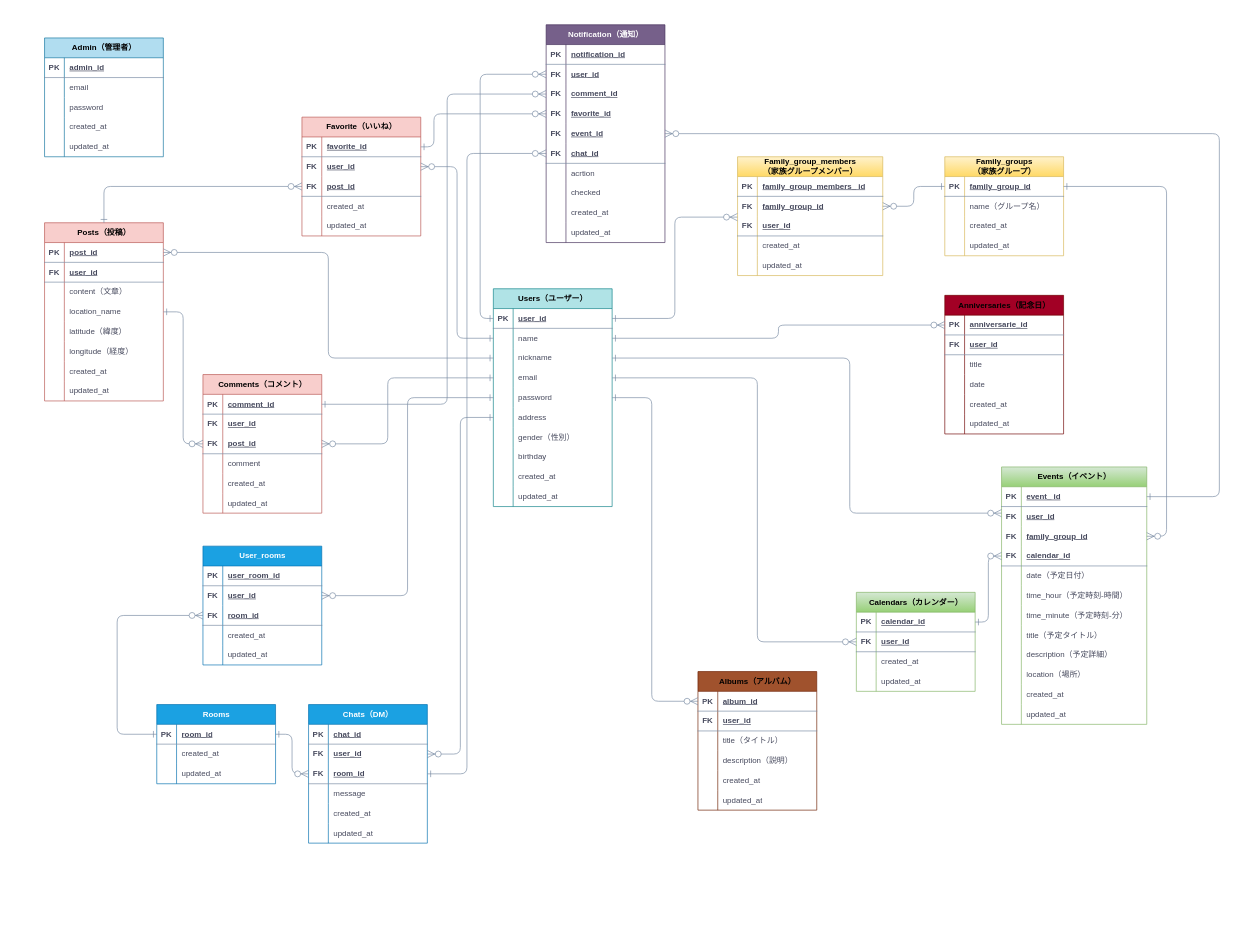
Before: 家族インフラ.drawio in Ganmo3/drawio, a draw.io diagram. Source tidied: cells renumbered, new cells numbered last; positions are measured from the earlier drawing's top-left corner, leaving out a move shared by most shapes. Both pictures are drawn from the tidied source at 66%, with x=0, y=0 at pixel (18, -22).
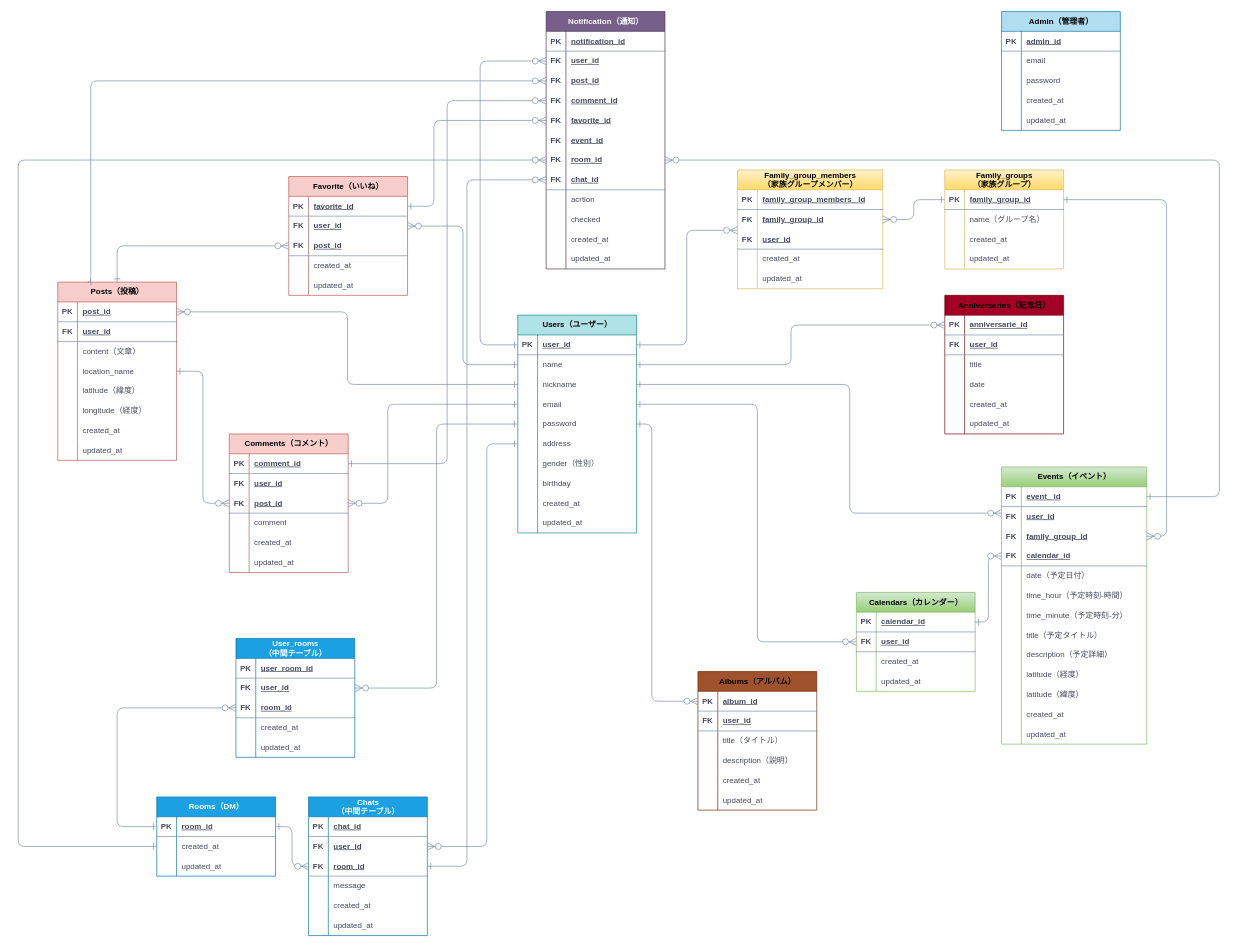
After the change.

Commit message (it also covers changes not shown here):
家族インフラ.drawio を更新します

Unchanged cells that the change refers to:
```xml
<mxCell id="28" style="shape=tableRow;horizontal=0;startSize=0;swimlaneHead=0;swimlaneBody=0;fillColor=none;points=[[0,0.5],[1,0.5]];portConstraint=eastwest;top=0;left=0;right=0;bottom=0;strokeColor=#788AA3;fontFamily=Helvetica;fontSize=12;fontColor=#46495D;html=1;labelBackgroundColor=none;" parent="18" vertex="1">
  <mxGeometry y="120" width="180" height="30" as="geometry" />
</mxCell>
<mxCell id="34" style="shape=tableRow;horizontal=0;startSize=0;swimlaneHead=0;swimlaneBody=0;fillColor=none;points=[[0,0.5],[1,0.5]];portConstraint=eastwest;top=0;left=0;right=0;bottom=0;strokeColor=#788AA3;fontFamily=Helvetica;fontSize=12;fontColor=#46495D;html=1;labelBackgroundColor=none;" parent="18" vertex="1">
  <mxGeometry y="180" width="180" height="30" as="geometry" />
</mxCell>
<mxCell id="173" style="shape=tableRow;horizontal=0;startSize=0;swimlaneHead=0;swimlaneBody=0;fillColor=none;top=0;left=0;right=0;bottom=0;strokeColor=#788AA3;fontFamily=Helvetica;fontSize=12;fontColor=#46495D;html=1;labelBackgroundColor=none;" parent="145" vertex="1">
  <mxGeometry y="300" width="220" height="30" as="geometry" />
</mxCell>
<mxCell id="193" style="shape=tableRow;horizontal=0;startSize=0;swimlaneHead=0;swimlaneBody=0;fillColor=none;points=[[0,0.5],[1,0.5]];portConstraint=eastwest;top=0;left=0;right=0;bottom=1;strokeColor=#788AA3;fontFamily=Helvetica;fontSize=12;fontColor=#46495D;html=1;labelBackgroundColor=none;" parent="186" vertex="1">
  <mxGeometry y="90" width="180" height="30" as="geometry" />
</mxCell>
<mxCell id="211" style="shape=tableRow;horizontal=0;startSize=0;swimlaneHead=0;swimlaneBody=0;fillColor=none;points=[[0,0.5],[1,0.5]];portConstraint=eastwest;top=0;left=0;right=0;bottom=1;strokeColor=#788AA3;fontFamily=Helvetica;fontSize=12;fontColor=#46495D;html=1;labelBackgroundColor=none;" parent="204" vertex="1">
  <mxGeometry y="90" width="180" height="30" as="geometry" />
</mxCell>
<mxCell id="245" style="shape=tableRow;horizontal=0;startSize=0;swimlaneHead=0;swimlaneBody=0;fillColor=none;points=[[0,0.5],[1,0.5]];portConstraint=eastwest;top=0;left=0;right=0;bottom=0;strokeColor=#788AA3;fontFamily=Helvetica;fontSize=12;fontColor=#46495D;html=1;labelBackgroundColor=none;" parent="241" vertex="1">
  <mxGeometry y="60" width="180" height="30" as="geometry" />
</mxCell>
<mxCell id="255" style="shape=tableRow;horizontal=0;startSize=0;swimlaneHead=0;swimlaneBody=0;fillColor=none;points=[[0,0.5],[1,0.5]];portConstraint=eastwest;top=0;left=0;right=0;bottom=0;strokeColor=#788AA3;fontFamily=Helvetica;fontSize=12;fontColor=#46495D;html=1;labelBackgroundColor=none;" parent="251" vertex="1">
  <mxGeometry y="60" width="180" height="30" as="geometry" />
</mxCell>
```

The edit, as a diff of the source:
```diff
@@
     <mxCell id="2" value="&lt;font color=&quot;#000000&quot;&gt;Admin（管理者）&lt;/font&gt;" style="shape=table;startSize=30;childLayout=tableLayout;rowLines=0;fontStyle=1;align=center;html=1;strokeColor=#10739e;fontFamily=Helvetica;fontSize=12;fillColor=#b1ddf0;labelBackgroundColor=none;" parent="1" vertex="1">
-      <mxGeometry x="40" y="90" width="180" height="180" as="geometry" />
+      <mxGeometry x="1490" y="50" width="180" height="180" as="geometry" />
     </mxCell>
@@
     <mxCell id="18" value="&lt;font color=&quot;#000000&quot;&gt;Users（ユーザー）&lt;/font&gt;" style="shape=table;startSize=30;childLayout=tableLayout;rowLines=0;fontStyle=1;align=center;html=1;fontFamily=Helvetica;fontSize=12;fillColor=#b0e3e6;labelBackgroundColor=none;strokeColor=#0e8088;" parent="1" vertex="1">
-      <mxGeometry x="720" y="470" width="180" height="330" as="geometry" />
+      <mxGeometry x="757" y="510" width="180" height="330" as="geometry" />
     </mxCell>
@@
     <mxCell id="53" value="Family_group_members&lt;br style=&quot;border-color: var(--border-color); color: rgb(0, 0, 0);&quot;&gt;&lt;span style=&quot;color: rgb(0, 0, 0);&quot;&gt;（家族グループメンバー）&lt;/span&gt;" style="shape=table;startSize=30;childLayout=tableLayout;rowLines=0;fontStyle=1;align=center;html=1;strokeColor=#d6b656;fontFamily=Helvetica;fontSize=12;fillColor=#fff2cc;labelBackgroundColor=none;gradientColor=#ffd966;" parent="1" vertex="1">
-      <mxGeometry x="1090" y="270" width="220" height="180" as="geometry" />
+      <mxGeometry x="1090" y="290" width="220" height="180" as="geometry" />
     </mxCell>
@@
     <mxCell id="90" value="&lt;font color=&quot;#000000&quot;&gt;Posts（投稿）&lt;/font&gt;" style="shape=table;startSize=30;childLayout=tableLayout;rowLines=0;fontStyle=1;align=center;html=1;strokeColor=#b85450;fontFamily=Helvetica;fontSize=12;fillColor=#f8cecc;labelBackgroundColor=none;" parent="1" vertex="1">
-      <mxGeometry x="40" y="370" width="180" height="270" as="geometry" />
+      <mxGeometry x="60" y="460" width="180" height="270" as="geometry" />
     </mxCell>
@@
     <mxCell id="116" value="&lt;font color=&quot;#000000&quot;&gt;Family_groups&lt;br&gt;（家族グループ）&lt;/font&gt;" style="shape=table;startSize=30;childLayout=tableLayout;rowLines=0;fontStyle=1;align=center;html=1;strokeColor=#d6b656;fontFamily=Helvetica;fontSize=12;fillColor=#fff2cc;labelBackgroundColor=none;gradientColor=#ffd966;" parent="1" vertex="1">
-      <mxGeometry x="1404" y="270" width="180" height="150" as="geometry" />
+      <mxGeometry x="1404" y="290" width="180" height="150" as="geometry" />
     </mxCell>
@@
     <mxCell id="145" value="Events（イベント）" style="shape=table;startSize=30;childLayout=tableLayout;rowLines=0;fontStyle=1;align=center;html=1;strokeColor=#82b366;fontFamily=Helvetica;fontSize=12;fillColor=#d5e8d4;labelBackgroundColor=none;gradientColor=#97d077;" parent="1" vertex="1">
-      <mxGeometry x="1490" y="740" width="220" height="390" as="geometry" />
+      <mxGeometry x="1490" y="740" width="220" height="420" as="geometry" />
     </mxCell>
@@
-    <mxCell id="175" value="location（場所）" style="shape=partialRectangle;fillColor=none;top=0;left=0;bottom=0;right=0;align=left;spacingLeft=6;overflow=hidden;whiteSpace=wrap;html=1;strokeColor=#788AA3;fontFamily=Helvetica;fontSize=12;fontColor=#46495D;startSize=23;labelBackgroundColor=none;" parent="173" vertex="1">
+    <mxCell id="175" value="latitude（経度）" style="shape=partialRectangle;fillColor=none;top=0;left=0;bottom=0;right=0;align=left;spacingLeft=6;overflow=hidden;whiteSpace=wrap;html=1;strokeColor=#788AA3;fontFamily=Helvetica;fontSize=12;fontColor=#46495D;startSize=23;labelBackgroundColor=none;" parent="173" vertex="1">
       <mxGeometry x="30" width="190" height="30" as="geometry" />
     </mxCell>
+    <mxCell id="330" style="shape=tableRow;horizontal=0;startSize=0;swimlaneHead=0;swimlaneBody=0;fillColor=none;top=0;left=0;right=0;bottom=0;strokeColor=#788AA3;fontFamily=Helvetica;fontSize=12;fontColor=#46495D;html=1;labelBackgroundColor=none;" parent="145" vertex="1">
+      <mxGeometry y="330" width="220" height="30" as="geometry" />
+    </mxCell>
+    <mxCell id="331" style="shape=partialRectangle;fillColor=none;top=0;left=0;bottom=0;right=0;overflow=hidden;whiteSpace=wrap;html=1;strokeColor=#788AA3;fontFamily=Helvetica;fontSize=12;fontColor=#46495D;startSize=23;labelBackgroundColor=none;" parent="330" vertex="1">
+      <mxGeometry width="30" height="30" as="geometry" />
+    </mxCell>
+    <mxCell id="332" value="latitude（緯度）" style="shape=partialRectangle;fillColor=none;top=0;left=0;bottom=0;right=0;align=left;spacingLeft=6;overflow=hidden;whiteSpace=wrap;html=1;strokeColor=#788AA3;fontFamily=Helvetica;fontSize=12;fontColor=#46495D;startSize=23;labelBackgroundColor=none;" parent="330" vertex="1">
+      <mxGeometry x="30" width="190" height="30" as="geometry" />
+    </mxCell>
     <mxCell id="176" style="shape=tableRow;horizontal=0;startSize=0;swimlaneHead=0;swimlaneBody=0;fillColor=none;top=0;left=0;right=0;bottom=0;strokeColor=#788AA3;fontFamily=Helvetica;fontSize=12;fontColor=#46495D;html=1;labelBackgroundColor=none;" parent="145" vertex="1">
-      <mxGeometry y="330" width="220" height="30" as="geometry" />
+      <mxGeometry y="360" width="220" height="30" as="geometry" />
     </mxCell>
@@
     <mxCell id="179" style="shape=tableRow;horizontal=0;startSize=0;swimlaneHead=0;swimlaneBody=0;fillColor=none;top=0;left=0;right=0;bottom=0;strokeColor=#788AA3;fontFamily=Helvetica;fontSize=12;fontColor=#46495D;html=1;labelBackgroundColor=none;" parent="145" vertex="1">
-      <mxGeometry y="360" width="220" height="30" as="geometry" />
+      <mxGeometry y="390" width="220" height="30" as="geometry" />
     </mxCell>
@@
     <mxCell id="186" value="Favorite（いいね）" style="shape=table;startSize=30;childLayout=tableLayout;rowLines=0;fontStyle=1;align=center;html=1;strokeColor=#b85450;fontFamily=Helvetica;fontSize=12;fillColor=#f8cecc;labelBackgroundColor=none;" parent="1" vertex="1">
-      <mxGeometry x="430" y="210" width="180" height="180" as="geometry" />
+      <mxGeometry x="410" y="300" width="180" height="180" as="geometry" />
     </mxCell>
@@
-    <mxCell id="202" style="edgeStyle=elbowEdgeStyle;fontSize=12;html=1;endArrow=ERzeroToMany;endFill=1;fontFamily=Helvetica;fontColor=default;startSize=8;rounded=1;entryX=1;entryY=0.5;entryDx=0;entryDy=0;startArrow=ERone;startFill=0;endSize=9;labelBackgroundColor=none;strokeColor=#788AA3;" parent="1" edge="1" target="211">
+    <mxCell id="202" style="edgeStyle=elbowEdgeStyle;fontSize=12;html=1;endArrow=ERzeroToMany;endFill=1;fontFamily=Helvetica;fontColor=default;startSize=8;rounded=1;entryX=1;entryY=0.5;entryDx=0;entryDy=0;startArrow=ERone;startFill=0;endSize=9;labelBackgroundColor=none;strokeColor=#788AA3;exitX=0;exitY=0.5;exitDx=0;exitDy=0;" parent="1" edge="1" source="28" target="211">
       <mxGeometry relative="1" as="geometry">
-        <mxPoint x="720" y="605" as="sourcePoint" />
         <Array as="points">
           <mxPoint x="560" y="650" />
         </Array>
       </mxGeometry>
     </mxCell>
-    <mxCell id="203" style="edgeStyle=elbowEdgeStyle;fontSize=12;html=1;endArrow=ERzeroToMany;endFill=1;fontFamily=Helvetica;fontColor=default;startSize=8;rounded=1;startArrow=ERone;startFill=0;endSize=9;labelBackgroundColor=none;strokeColor=#788AA3;exitX=0.5;exitY=0;exitDx=0;exitDy=0;" parent="1" edge="1" source="90">
+    <mxCell id="203" style="edgeStyle=elbowEdgeStyle;fontSize=12;html=1;endArrow=ERzeroToMany;endFill=1;fontFamily=Helvetica;fontColor=default;startSize=8;rounded=1;startArrow=ERone;startFill=0;endSize=9;labelBackgroundColor=none;strokeColor=#788AA3;exitX=0.5;exitY=0;exitDx=0;exitDy=0;entryX=0;entryY=0.5;entryDx=0;entryDy=0;" parent="1" edge="1" source="90" target="193">
       <mxGeometry relative="1" as="geometry">
-        <mxPoint x="430" y="315" as="targetPoint" />
         <Array as="points">
-          <mxPoint x="130" y="330" />
+          <mxPoint x="150" y="420" />
         </Array>
       </mxGeometry>
     </mxCell>
     <mxCell id="204" value="Comments（コメント）" style="shape=table;startSize=30;childLayout=tableLayout;rowLines=0;fontStyle=1;align=center;html=1;strokeColor=#b85450;fontFamily=Helvetica;fontSize=12;fillColor=#f8cecc;labelBackgroundColor=none;" parent="1" vertex="1">
-      <mxGeometry x="280" y="600" width="180" height="210" as="geometry" />
+      <mxGeometry x="320" y="690" width="180" height="210" as="geometry" />
     </mxCell>
@@
-    <mxCell id="225" value="User_rooms" style="shape=table;startSize=30;childLayout=tableLayout;rowLines=0;fontStyle=1;align=center;html=1;strokeColor=#006EAF;fontFamily=Helvetica;fontSize=12;fillColor=#1ba1e2;labelBackgroundColor=none;fontColor=#ffffff;" parent="1" vertex="1">
-      <mxGeometry x="280" y="860" width="180" height="180" as="geometry" />
+    <mxCell id="225" value="User_rooms&lt;br&gt;（中間テーブル）" style="shape=table;startSize=30;childLayout=tableLayout;rowLines=0;fontStyle=1;align=center;html=1;strokeColor=#006EAF;fontFamily=Helvetica;fontSize=12;fillColor=#1ba1e2;labelBackgroundColor=none;fontColor=#ffffff;" parent="1" vertex="1">
+      <mxGeometry x="330" y="1000" width="180" height="180" as="geometry" />
     </mxCell>
@@
-    <mxCell id="241" value="&lt;font&gt;Rooms&lt;/font&gt;" style="shape=table;startSize=30;childLayout=tableLayout;rowLines=0;fontStyle=1;align=center;html=1;strokeColor=#006EAF;fontFamily=Helvetica;fontSize=12;fillColor=#1ba1e2;labelBackgroundColor=none;fontColor=#FFFFFF;" parent="1" vertex="1">
-      <mxGeometry x="210" y="1100" width="180" height="120" as="geometry" />
+    <mxCell id="241" value="&lt;font&gt;Rooms（DM）&lt;/font&gt;" style="shape=table;startSize=30;childLayout=tableLayout;rowLines=0;fontStyle=1;align=center;html=1;strokeColor=#006EAF;fontFamily=Helvetica;fontSize=12;fillColor=#1ba1e2;labelBackgroundColor=none;fontColor=#FFFFFF;" parent="1" vertex="1">
+      <mxGeometry x="210" y="1240" width="180" height="120" as="geometry" />
     </mxCell>
@@
-    <mxCell id="251" value="Chats（DM）" style="shape=table;startSize=30;childLayout=tableLayout;rowLines=0;fontStyle=1;align=center;html=1;strokeColor=#006EAF;fontFamily=Helvetica;fontSize=12;fillColor=#1ba1e2;labelBackgroundColor=none;fontColor=#ffffff;" parent="1" vertex="1">
-      <mxGeometry x="440" y="1100" width="180" height="210" as="geometry" />
+    <mxCell id="251" value="Chats&lt;br&gt;（中間テーブル）" style="shape=table;startSize=30;childLayout=tableLayout;rowLines=0;fontStyle=1;align=center;html=1;strokeColor=#006EAF;fontFamily=Helvetica;fontSize=12;fillColor=#1ba1e2;labelBackgroundColor=none;fontColor=#ffffff;" parent="1" vertex="1">
+      <mxGeometry x="440" y="1240" width="180" height="210" as="geometry" />
     </mxCell>
@@
     <mxCell id="270" style="edgeStyle=elbowEdgeStyle;fontSize=12;html=1;endArrow=ERzeroToMany;endFill=1;fontFamily=Helvetica;fontColor=default;startSize=8;rounded=1;entryX=1;entryY=0.5;entryDx=0;entryDy=0;startArrow=ERone;startFill=0;endSize=9;labelBackgroundColor=none;strokeColor=#788AA3;exitX=0;exitY=0.5;exitDx=0;exitDy=0;" parent="1" edge="1" source="34" target="255">
-      <mxGeometry relative="1" as="geometry" />
+      <mxGeometry relative="1" as="geometry">
+        <Array as="points">
+          <mxPoint x="710" y="1010" />
+        </Array>
+      </mxGeometry>
     </mxCell>
@@
     <mxCell id="294" value="Notification（通知）" style="shape=table;startSize=30;childLayout=tableLayout;rowLines=0;fontStyle=1;align=center;html=1;strokeColor=#432D57;fontFamily=Helvetica;fontSize=12;fillColor=#76608a;labelBackgroundColor=none;fontColor=#ffffff;" parent="1" vertex="1">
-      <mxGeometry x="800" y="70" width="180" height="330" as="geometry" />
+      <mxGeometry x="800" y="50" width="180" height="390" as="geometry" />
     </mxCell>
@@
+    <mxCell id="333" style="shape=tableRow;horizontal=0;startSize=0;swimlaneHead=0;swimlaneBody=0;fillColor=none;points=[[0,0.5],[1,0.5]];portConstraint=eastwest;top=0;left=0;right=0;bottom=0;strokeColor=#788AA3;fontFamily=Helvetica;fontSize=12;fontColor=#46495D;html=1;labelBackgroundColor=none;" parent="294" vertex="1">
+      <mxGeometry y="90" width="180" height="30" as="geometry" />
+    </mxCell>
+    <mxCell id="334" value="&lt;b&gt;FK&lt;/b&gt;" style="shape=partialRectangle;fillColor=none;top=0;left=0;bottom=0;right=0;overflow=hidden;whiteSpace=wrap;html=1;strokeColor=#788AA3;fontFamily=Helvetica;fontSize=12;fontColor=#46495D;startSize=23;labelBackgroundColor=none;" parent="333" vertex="1">
+      <mxGeometry width="30" height="30" as="geometry" />
+    </mxCell>
+    <mxCell id="335" value="&lt;u&gt;&lt;b&gt;post_id&lt;/b&gt;&lt;/u&gt;" style="shape=partialRectangle;fillColor=none;top=0;left=0;bottom=0;right=0;align=left;spacingLeft=6;overflow=hidden;whiteSpace=wrap;html=1;strokeColor=#788AA3;fontFamily=Helvetica;fontSize=12;fontColor=#46495D;startSize=23;labelBackgroundColor=none;" parent="333" vertex="1">
+      <mxGeometry x="30" width="150" height="30" as="geometry" />
+    </mxCell>
     <mxCell id="301" style="shape=tableRow;horizontal=0;startSize=0;swimlaneHead=0;swimlaneBody=0;fillColor=none;points=[[0,0.5],[1,0.5]];portConstraint=eastwest;top=0;left=0;right=0;bottom=0;strokeColor=#788AA3;fontFamily=Helvetica;fontSize=12;fontColor=#46495D;html=1;labelBackgroundColor=none;" parent="294" vertex="1">
-      <mxGeometry y="90" width="180" height="30" as="geometry" />
+      <mxGeometry y="120" width="180" height="30" as="geometry" />
     </mxCell>
@@
     <mxCell id="304" style="shape=tableRow;horizontal=0;startSize=0;swimlaneHead=0;swimlaneBody=0;fillColor=none;points=[[0,0.5],[1,0.5]];portConstraint=eastwest;top=0;left=0;right=0;bottom=0;strokeColor=#788AA3;fontFamily=Helvetica;fontSize=12;fontColor=#46495D;html=1;labelBackgroundColor=none;" parent="294" vertex="1">
-      <mxGeometry y="120" width="180" height="30" as="geometry" />
+      <mxGeometry y="150" width="180" height="30" as="geometry" />
     </mxCell>
@@
+    <mxCell id="336" style="shape=tableRow;horizontal=0;startSize=0;swimlaneHead=0;swimlaneBody=0;fillColor=none;top=0;left=0;right=0;bottom=0;strokeColor=#788AA3;fontFamily=Helvetica;fontSize=12;fontColor=#46495D;html=1;labelBackgroundColor=none;" parent="294" vertex="1">
+      <mxGeometry y="180" width="180" height="30" as="geometry" />
+    </mxCell>
+    <mxCell id="337" value="&lt;b&gt;FK&lt;/b&gt;" style="shape=partialRectangle;fillColor=none;top=0;left=0;bottom=0;right=0;overflow=hidden;whiteSpace=wrap;html=1;strokeColor=#788AA3;fontFamily=Helvetica;fontSize=12;fontColor=#46495D;startSize=23;labelBackgroundColor=none;" parent="336" vertex="1">
+      <mxGeometry width="30" height="30" as="geometry" />
+    </mxCell>
+    <mxCell id="338" value="&lt;u&gt;&lt;b&gt;event_id&lt;/b&gt;&lt;/u&gt;" style="shape=partialRectangle;fillColor=none;top=0;left=0;bottom=0;right=0;align=left;spacingLeft=6;overflow=hidden;whiteSpace=wrap;html=1;strokeColor=#788AA3;fontFamily=Helvetica;fontSize=12;fontColor=#46495D;startSize=23;labelBackgroundColor=none;" parent="336" vertex="1">
+      <mxGeometry x="30" width="150" height="30" as="geometry" />
+    </mxCell>
     <mxCell id="307" style="shape=tableRow;horizontal=0;startSize=0;swimlaneHead=0;swimlaneBody=0;fillColor=none;points=[[0,0.5],[1,0.5]];portConstraint=eastwest;top=0;left=0;right=0;bottom=0;strokeColor=#788AA3;fontFamily=Helvetica;fontSize=12;fontColor=#46495D;html=1;labelBackgroundColor=none;" parent="294" vertex="1">
-      <mxGeometry y="150" width="180" height="30" as="geometry" />
+      <mxGeometry y="210" width="180" height="30" as="geometry" />
     </mxCell>
@@
-    <mxCell id="309" value="&lt;u&gt;&lt;b&gt;event_id&lt;/b&gt;&lt;/u&gt;" style="shape=partialRectangle;fillColor=none;top=0;left=0;bottom=0;right=0;align=left;spacingLeft=6;overflow=hidden;whiteSpace=wrap;html=1;strokeColor=#788AA3;fontFamily=Helvetica;fontSize=12;fontColor=#46495D;startSize=23;labelBackgroundColor=none;" parent="307" vertex="1">
+    <mxCell id="309" value="&lt;u&gt;&lt;b&gt;room_id&lt;/b&gt;&lt;/u&gt;" style="shape=partialRectangle;fillColor=none;top=0;left=0;bottom=0;right=0;align=left;spacingLeft=6;overflow=hidden;whiteSpace=wrap;html=1;strokeColor=#788AA3;fontFamily=Helvetica;fontSize=12;fontColor=#46495D;startSize=23;labelBackgroundColor=none;" parent="307" vertex="1">
       <mxGeometry x="30" width="150" height="30" as="geometry" />
     </mxCell>
     <mxCell id="310" style="shape=tableRow;horizontal=0;startSize=0;swimlaneHead=0;swimlaneBody=0;fillColor=none;points=[[0,0.5],[1,0.5]];portConstraint=eastwest;top=0;left=0;right=0;bottom=1;strokeColor=#788AA3;fontFamily=Helvetica;fontSize=12;fontColor=#46495D;html=1;labelBackgroundColor=none;" parent="294" vertex="1">
-      <mxGeometry y="180" width="180" height="30" as="geometry" />
+      <mxGeometry y="240" width="180" height="30" as="geometry" />
     </mxCell>
@@
     <mxCell id="313" style="shape=tableRow;horizontal=0;startSize=0;swimlaneHead=0;swimlaneBody=0;fillColor=none;top=0;left=0;right=0;bottom=0;strokeColor=#788AA3;fontFamily=Helvetica;fontSize=12;fontColor=#46495D;html=1;labelBackgroundColor=none;" parent="294" vertex="1">
-      <mxGeometry y="210" width="180" height="30" as="geometry" />
+      <mxGeometry y="270" width="180" height="30" as="geometry" />
     </mxCell>
@@
     <mxCell id="316" style="shape=tableRow;horizontal=0;startSize=0;swimlaneHead=0;swimlaneBody=0;fillColor=none;top=0;left=0;right=0;bottom=0;strokeColor=#788AA3;fontFamily=Helvetica;fontSize=12;fontColor=#46495D;html=1;labelBackgroundColor=none;" parent="294" vertex="1">
-      <mxGeometry y="240" width="180" height="30" as="geometry" />
+      <mxGeometry y="300" width="180" height="30" as="geometry" />
     </mxCell>
@@
     <mxCell id="319" style="shape=tableRow;horizontal=0;startSize=0;swimlaneHead=0;swimlaneBody=0;fillColor=none;top=0;left=0;right=0;bottom=0;strokeColor=#788AA3;fontFamily=Helvetica;fontSize=12;fontColor=#46495D;html=1;labelBackgroundColor=none;" parent="294" vertex="1">
-      <mxGeometry y="270" width="180" height="30" as="geometry" />
+      <mxGeometry y="330" width="180" height="30" as="geometry" />
     </mxCell>
@@
     <mxCell id="322" style="shape=tableRow;horizontal=0;startSize=0;swimlaneHead=0;swimlaneBody=0;fillColor=none;top=0;left=0;right=0;bottom=0;strokeColor=#788AA3;fontFamily=Helvetica;fontSize=12;fontColor=#46495D;html=1;labelBackgroundColor=none;" parent="294" vertex="1">
-      <mxGeometry y="300" width="180" height="30" as="geometry" />
+      <mxGeometry y="360" width="180" height="30" as="geometry" />
     </mxCell>
@@
+    <mxCell id="339" style="edgeStyle=elbowEdgeStyle;fontSize=12;html=1;endArrow=ERzeroToMany;endFill=1;fontFamily=Helvetica;fontColor=default;startSize=8;rounded=1;startArrow=ERone;startFill=0;endSize=9;labelBackgroundColor=none;strokeColor=#788AA3;exitX=0.25;exitY=0;exitDx=0;exitDy=0;" parent="1" edge="1" source="90" target="333">
+      <mxGeometry relative="1" as="geometry">
+        <Array as="points">
+          <mxPoint x="110" y="330" />
+        </Array>
+      </mxGeometry>
+    </mxCell>
+    <mxCell id="340" style="edgeStyle=elbowEdgeStyle;fontSize=12;html=1;endArrow=ERzeroToMany;endFill=1;fontFamily=Helvetica;fontColor=default;startSize=8;rounded=1;startArrow=ERone;startFill=0;endSize=9;labelBackgroundColor=none;strokeColor=#788AA3;exitX=0;exitY=0.5;exitDx=0;exitDy=0;entryX=0;entryY=0.5;entryDx=0;entryDy=0;" parent="1" edge="1" source="245" target="307">
+      <mxGeometry relative="1" as="geometry">
+        <Array as="points">
+          <mxPoint y="730" />
+        </Array>
+      </mxGeometry>
+    </mxCell>
```
